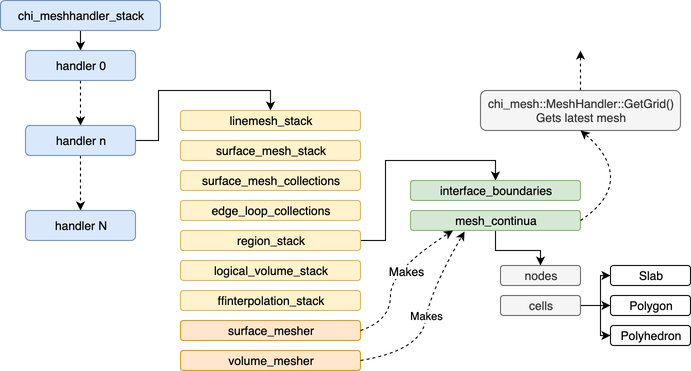
Before: MeshOverview.png, a diagram exported from draw.io (chi-tech/chi-tech.github.io). Source tidied: cells renumbered, new cells last; positions are measured from the earlier drawing's top-left corner, leaving out a move shared by most shapes.
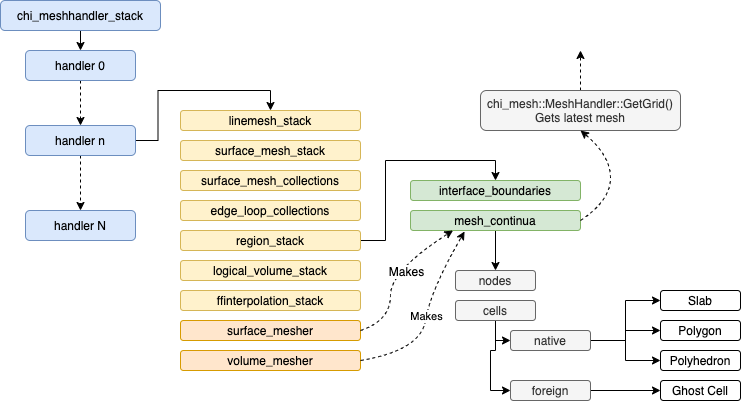
Above is the later version.

Change to the diagram source:
```diff
@@ -66,28 +66,38 @@
       <mxGeometry x="410" y="210" width="170" height="20" as="geometry" />
     </mxCell>
     <mxCell id="23" value="nodes" style="rounded=1;whiteSpace=wrap;html=1;align=center;fillColor=#f5f5f5;strokeColor=#666666;fontColor=#333333;" parent="1" vertex="1">
-      <mxGeometry x="500" y="265" width="80" height="20" as="geometry" />
+      <mxGeometry x="455" y="270" width="80" height="20" as="geometry" />
     </mxCell>
-    <mxCell id="24" style="edgeStyle=orthogonalEdgeStyle;rounded=0;jettySize=auto;html=1;exitX=1;exitY=0.5;exitDx=0;exitDy=0;entryX=0;entryY=0.5;entryDx=0;entryDy=0;" parent="1" edge="1" source="27" target="29">
+    <mxCell id="24" style="edgeStyle=orthogonalEdgeStyle;rounded=0;jettySize=auto;html=1;exitX=1;exitY=0.5;exitDx=0;exitDy=0;entryX=0;entryY=0.5;entryDx=0;entryDy=0;" parent="1" edge="1" source="39" target="29">
       <mxGeometry relative="1" as="geometry" />
     </mxCell>
-    <mxCell id="25" style="edgeStyle=orthogonalEdgeStyle;rounded=0;jettySize=auto;html=1;exitX=1;exitY=0.5;exitDx=0;exitDy=0;entryX=0;entryY=0.5;entryDx=0;entryDy=0;" parent="1" edge="1" source="27" target="28">
+    <mxCell id="25" style="edgeStyle=orthogonalEdgeStyle;rounded=0;jettySize=auto;html=1;exitX=1;exitY=0.5;exitDx=0;exitDy=0;entryX=0;entryY=0.5;entryDx=0;entryDy=0;" parent="1" edge="1" source="39" target="28">
       <mxGeometry relative="1" as="geometry" />
     </mxCell>
-    <mxCell id="26" style="edgeStyle=orthogonalEdgeStyle;rounded=0;jettySize=auto;html=1;exitX=1;exitY=0.5;exitDx=0;exitDy=0;entryX=0;entryY=0.5;entryDx=0;entryDy=0;" parent="1" edge="1" source="27" target="30">
+    <mxCell id="26" style="edgeStyle=orthogonalEdgeStyle;rounded=0;jettySize=auto;html=1;exitX=1;exitY=0.5;exitDx=0;exitDy=0;entryX=0;entryY=0.5;entryDx=0;entryDy=0;" parent="1" edge="1" source="39" target="30">
       <mxGeometry relative="1" as="geometry" />
     </mxCell>
+    <mxCell id="37" style="edgeStyle=orthogonalEdgeStyle;rounded=0;jettySize=auto;html=1;exitX=0.5;exitY=1;exitDx=0;exitDy=0;entryX=0;entryY=0.5;entryDx=0;entryDy=0;" parent="1" edge="1" source="27" target="39">
+      <mxGeometry relative="1" as="geometry">
+        <Array as="points">
+          <mxPoint x="495" y="340" />
+        </Array>
+      </mxGeometry>
+    </mxCell>
+    <mxCell id="38" style="edgeStyle=orthogonalEdgeStyle;rounded=0;jettySize=auto;html=1;exitX=0.5;exitY=1;exitDx=0;exitDy=0;entryX=0;entryY=0.5;entryDx=0;entryDy=0;" parent="1" edge="1" source="27" target="41">
+      <mxGeometry relative="1" as="geometry" />
+    </mxCell>
     <mxCell id="27" value="cells" style="rounded=1;whiteSpace=wrap;html=1;align=center;fillColor=#f5f5f5;strokeColor=#666666;fontColor=#333333;" parent="1" vertex="1">
-      <mxGeometry x="500" y="295" width="80" height="20" as="geometry" />
+      <mxGeometry x="455" y="300" width="80" height="20" as="geometry" />
     </mxCell>
     <mxCell id="28" value="Slab" style="rounded=1;whiteSpace=wrap;html=1;align=center;" parent="1" vertex="1">
-      <mxGeometry x="610" y="265" width="80" height="20" as="geometry" />
+      <mxGeometry x="660" y="290" width="80" height="20" as="geometry" />
     </mxCell>
     <mxCell id="29" value="Polygon" style="rounded=1;whiteSpace=wrap;html=1;align=center;" parent="1" vertex="1">
-      <mxGeometry x="610" y="295" width="80" height="20" as="geometry" />
+      <mxGeometry x="660" y="320" width="80" height="20" as="geometry" />
     </mxCell>
     <mxCell id="30" value="Polyhedron" style="rounded=1;whiteSpace=wrap;html=1;align=center;" parent="1" vertex="1">
-      <mxGeometry x="610" y="325" width="80" height="20" as="geometry" />
+      <mxGeometry x="660" y="350" width="80" height="20" as="geometry" />
     </mxCell>
     <mxCell id="31" style="curved=1;endArrow=classic;html=1;exitX=1;exitY=0.5;exitDx=0;exitDy=0;entryX=0.25;entryY=1;entryDx=0;entryDy=0;dashed=1;" parent="1" edge="1" source="12" target="22">
       <mxGeometry relative="1" as="geometry">
@@ -124,5 +134,17 @@
         </Array>
       </mxGeometry>
     </mxCell>
+    <mxCell id="39" value="native" style="rounded=1;whiteSpace=wrap;html=1;align=center;fillColor=#f5f5f5;strokeColor=#666666;fontColor=#333333;" parent="1" vertex="1">
+      <mxGeometry x="510" y="330" width="80" height="20" as="geometry" />
+    </mxCell>
+    <mxCell id="40" style="edgeStyle=orthogonalEdgeStyle;rounded=0;jettySize=auto;html=1;exitX=1;exitY=0.5;exitDx=0;exitDy=0;entryX=0;entryY=0.5;entryDx=0;entryDy=0;" parent="1" edge="1" source="41" target="42">
+      <mxGeometry relative="1" as="geometry" />
+    </mxCell>
+    <mxCell id="41" value="foreign" style="rounded=1;whiteSpace=wrap;html=1;align=center;fillColor=#f5f5f5;strokeColor=#666666;fontColor=#333333;" parent="1" vertex="1">
+      <mxGeometry x="510" y="380" width="80" height="20" as="geometry" />
+    </mxCell>
+    <mxCell id="42" value="Ghost Cell" style="rounded=1;whiteSpace=wrap;html=1;align=center;" parent="1" vertex="1">
+      <mxGeometry x="660" y="380" width="80" height="20" as="geometry" />
+    </mxCell>
   </root>
 </mxGraphModel>
```
